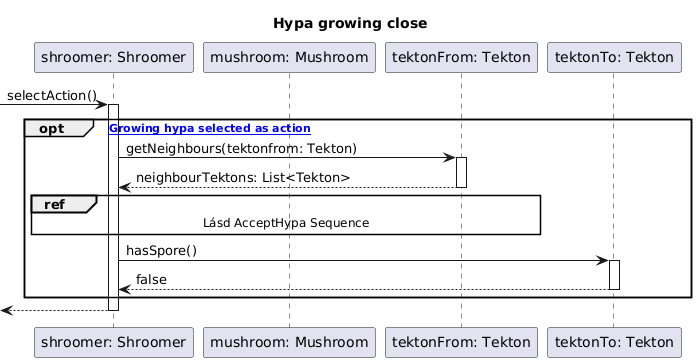
The PlantUML diagram UML/sequence diagrams/Hypagrowclose.png in Darknet500/Pandora-Fungis, before a commit.
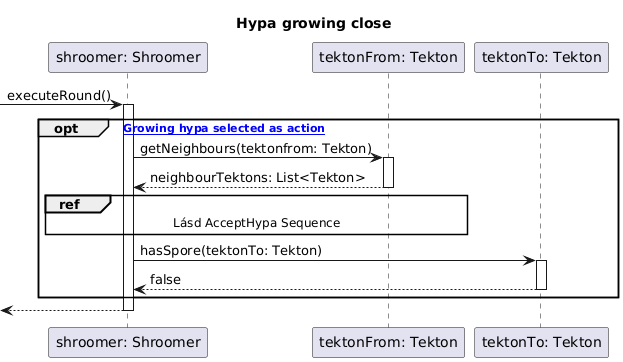
After the change.

Commit message:
Hypa diagrams

Change to the diagram source:
```diff
@@ -2,11 +2,10 @@
 title Hypa growing close
 participant "shroomer: Shroomer" as Shroomer
 
-participant "mushroom: Mushroom" as Mushroom
 participant "tektonFrom: Tekton" as Tekton
 participant "tektonTo: Tekton" as Tektonto
 
-    -> Shroomer: selectAction()
+    -> Shroomer: executeRound()
     activate Shroomer
 
 opt [asd Growing hypa selected as action]
@@ -14,13 +13,11 @@
     activate Tekton
     Tekton --> Shroomer: neighbourTektons: List<Tekton>
     deactivate Tekton
-    ref over Shroomer, Tekton: Lásd AcceptHypa Sequence
-    Shroomer -> Tektonto:  hasSpore()
+ ref over Shroomer, Tekton: Lásd AcceptHypa Sequence
+    Shroomer -> Tektonto:  hasSpore(tektonTo: Tekton)
     activate Tektonto
     Tektonto --> Shroomer: false
     deactivate Tektonto
-
-
 end
 
     <-- Shroomer
```
